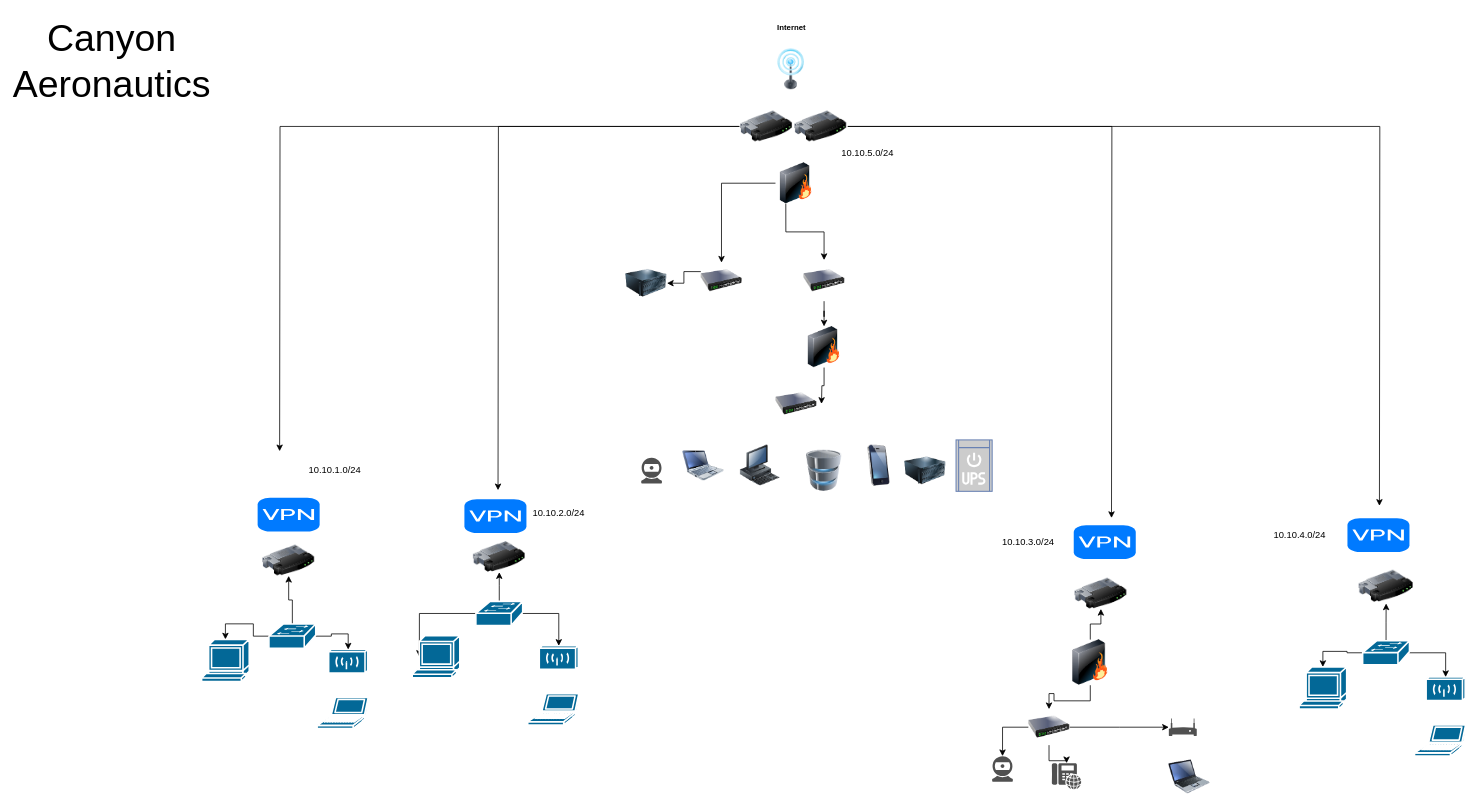
cyberqueenmeg/itt-116 keeps this draw.io diagram as Untitled Diagram.drawio. Above is the earlier version. Source tidied: cells renumbered, new cells numbered last; positions are measured from the earlier drawing's top-left corner, leaving out a move shared by most shapes. Both pictures are drawn from the tidied source at 78%, with x=0, y=0 at pixel (30, 14).
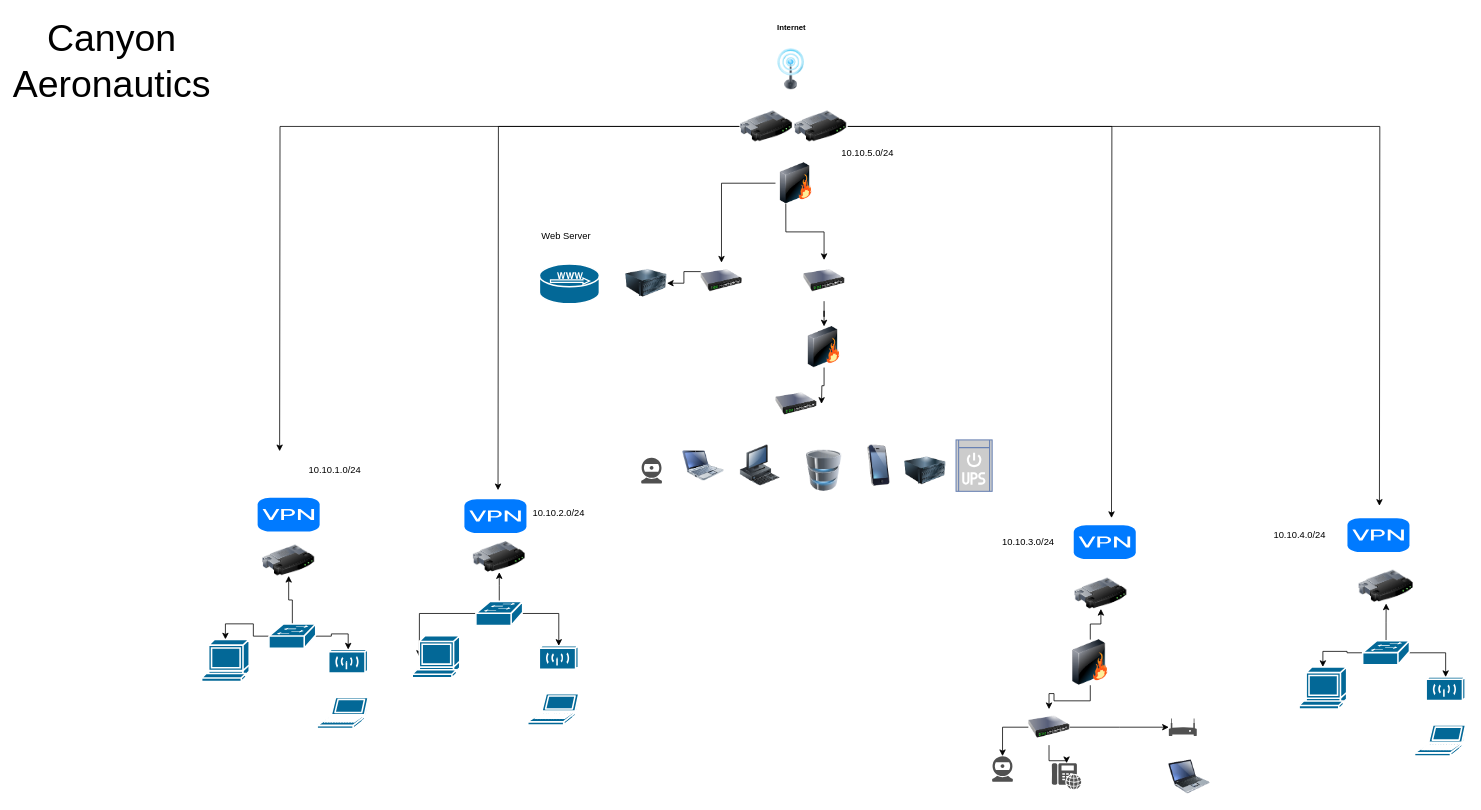
The same page after the edit.

What changed in the source:
```diff
@@
+    <mxCell id="74" style="shape=mxgraph.cisco.servers.microwebserver;sketch=0;html=1;dashed=0;fillColor=#036897;strokeColor=#ffffff;strokeWidth=2;verticalLabelPosition=bottom;verticalAlign=top;align=center;" parent="1" vertex="1">
+      <mxGeometry x="653" y="320" width="77" height="51" as="geometry" />
+    </mxCell>
+    <mxCell id="75" value="Web Server" style="text;html=1;strokeColor=none;fillColor=none;align=center;verticalAlign=middle;whiteSpace=wrap;rounded=0;" parent="1" vertex="1">
+      <mxGeometry x="645.1" y="270" width="84.9" height="30" as="geometry" />
+    </mxCell>
```
